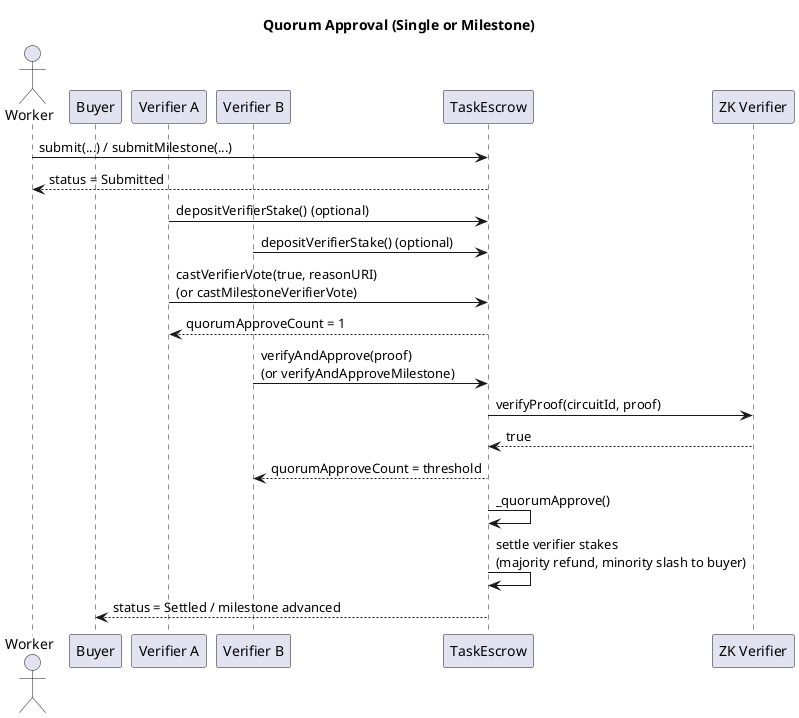
eddiefleurent/agent-escrow keeps this PlantUML diagram as docs/diagrams/quorum-sequence.png. Above is the earlier version.
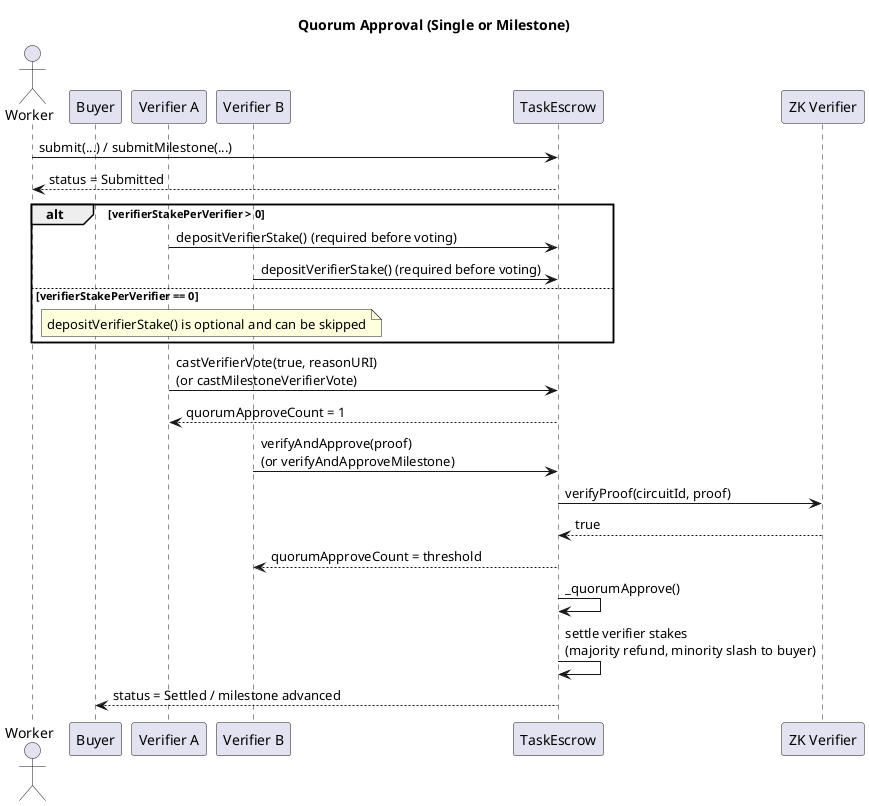
After the commit.

Commit message:
fix: address validated quorum review findings

Change to the diagram source:
```diff
@@ -11,8 +11,12 @@
 Worker -> Escrow: submit(...) / submitMilestone(...)
 Escrow --> Worker: status = Submitted
 
-VA -> Escrow: depositVerifierStake() (optional)
-VB -> Escrow: depositVerifierStake() (optional)
+alt verifierStakePerVerifier > 0
+VA -> Escrow: depositVerifierStake() (required before voting)
+VB -> Escrow: depositVerifierStake() (required before voting)
+else verifierStakePerVerifier == 0
+note over VA,VB: depositVerifierStake() is optional and can be skipped
+end
 
 VA -> Escrow: castVerifierVote(true, reasonURI)\n(or castMilestoneVerifierVote)
 Escrow --> VA: quorumApproveCount = 1
```
